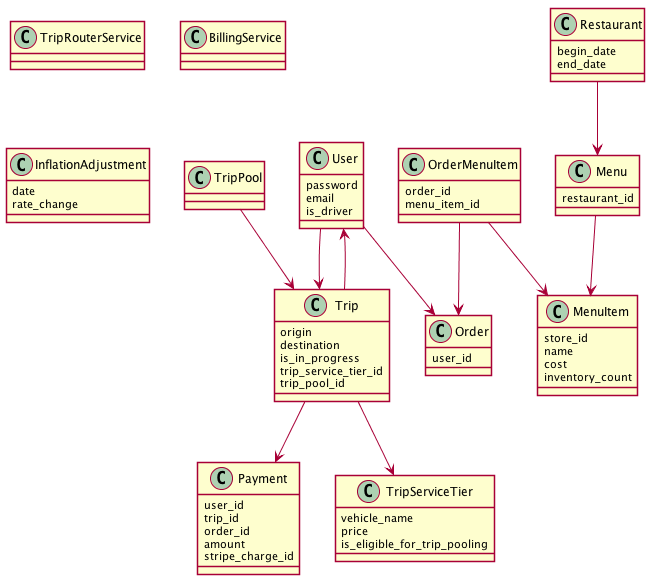
Above: diagrams/4-delorean-eats.png in andrewhao/dddrail-talk (PlantUML), before the change.
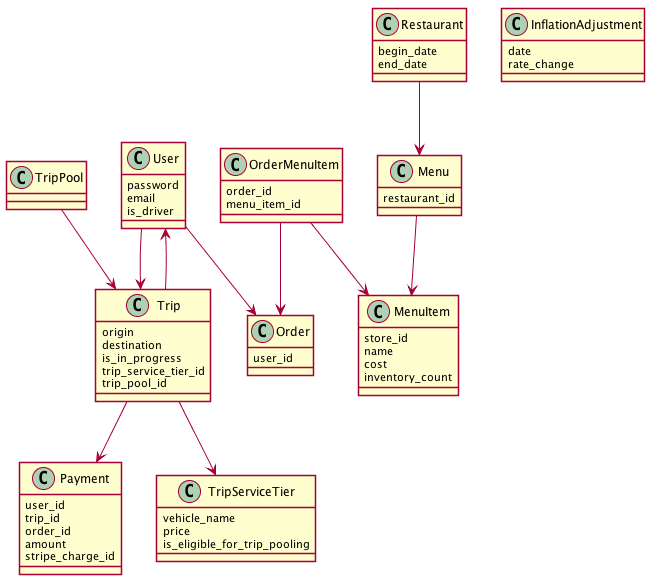
The same file after the commit.

Commit message:
New slides, plus more enhancements on the diagrams.

The edit, as a diff of the source:
```diff
@@ -16,12 +16,6 @@
 }
 
 class TripPool {
-}
-
-class TripRouterService {
-}
-
-class BillingService {
 }
 
 class Payment {
```
